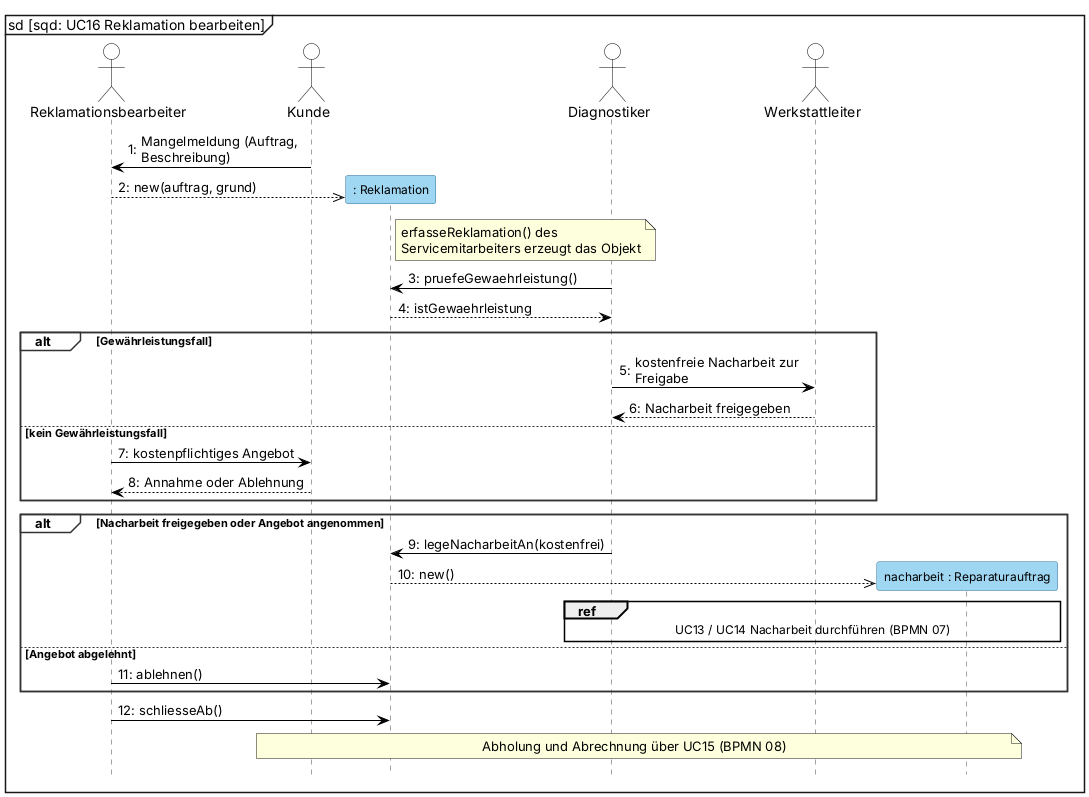
This is 2_uml/entwurf-plantuml/sequenz-05-reklamation.png from jakobschwan123-cmd/casestudy-semester-3, a PlantUML export, as it was before one commit.
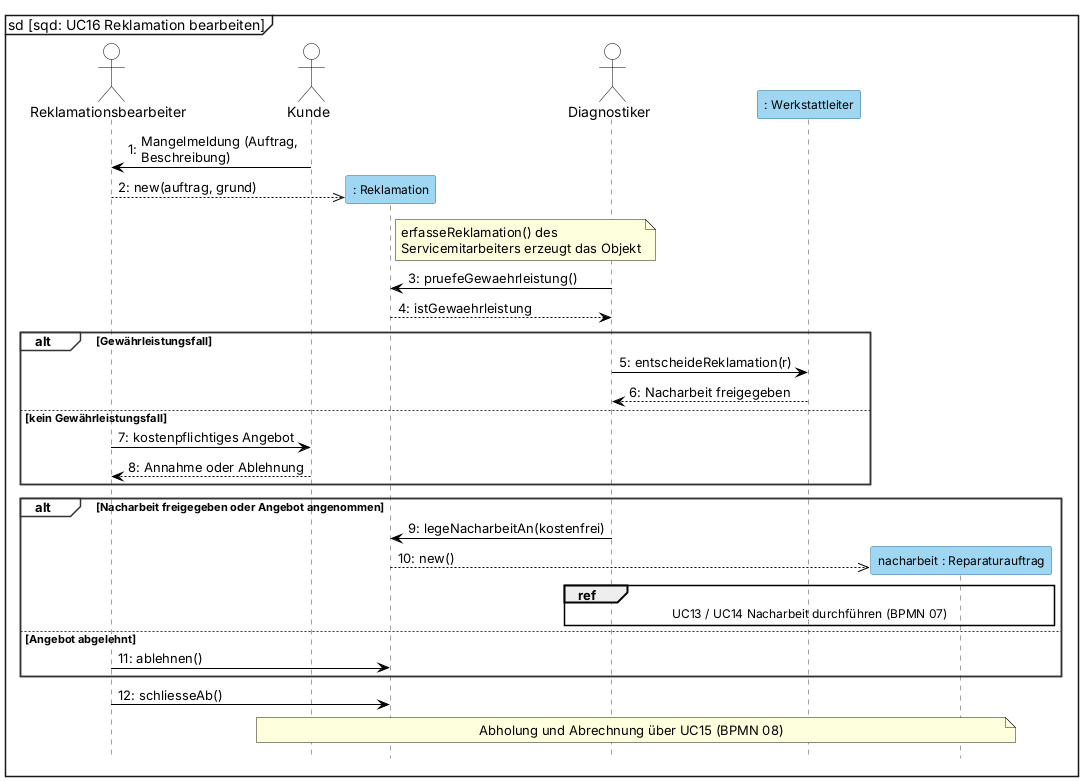
Later version of the same file.

Commit message:
[T05 2026-10-16] fix: Werkstattleiter as class object in SD5 and SD6

What changed in the source:
```diff
@@ -24,7 +24,7 @@
 actor Kunde
 participant ": Reklamation" as REK
 actor Diagnostiker
-actor Werkstattleiter as WL
+participant ": Werkstattleiter" as WL
 participant "nacharbeit : Reparaturauftrag" as NA
 
 Kunde -> SM : Mangelmeldung (Auftrag, Beschreibung)
@@ -34,7 +34,7 @@
 Diagnostiker -> REK : pruefeGewaehrleistung()
 REK --> Diagnostiker : istGewaehrleistung
 alt Gewährleistungsfall
-    Diagnostiker -> WL : kostenfreie Nacharbeit zur Freigabe
+    Diagnostiker -> WL : entscheideReklamation(r)
     WL --> Diagnostiker : Nacharbeit freigegeben
 else kein Gewährleistungsfall
     SM -> Kunde : kostenpflichtiges Angebot
```
